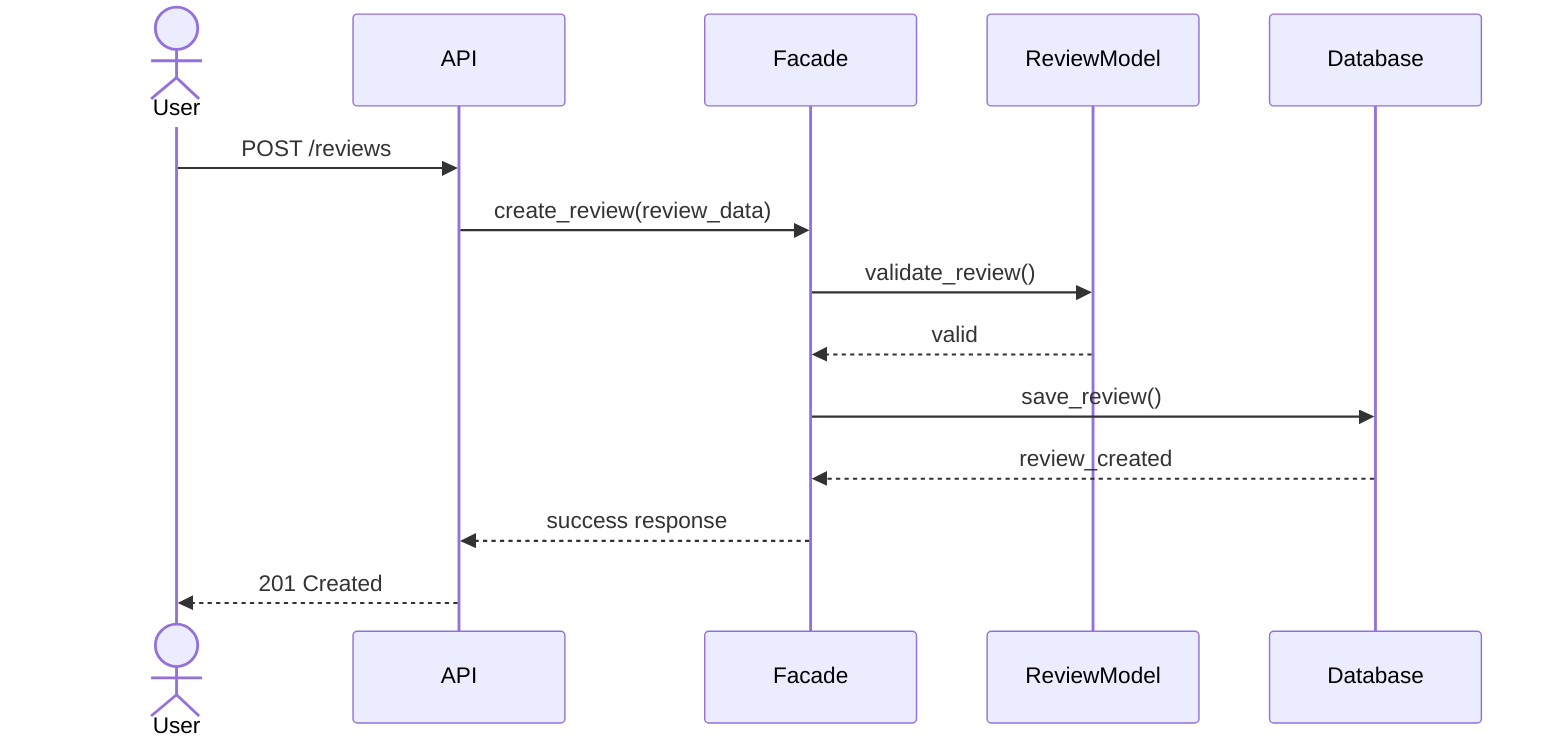
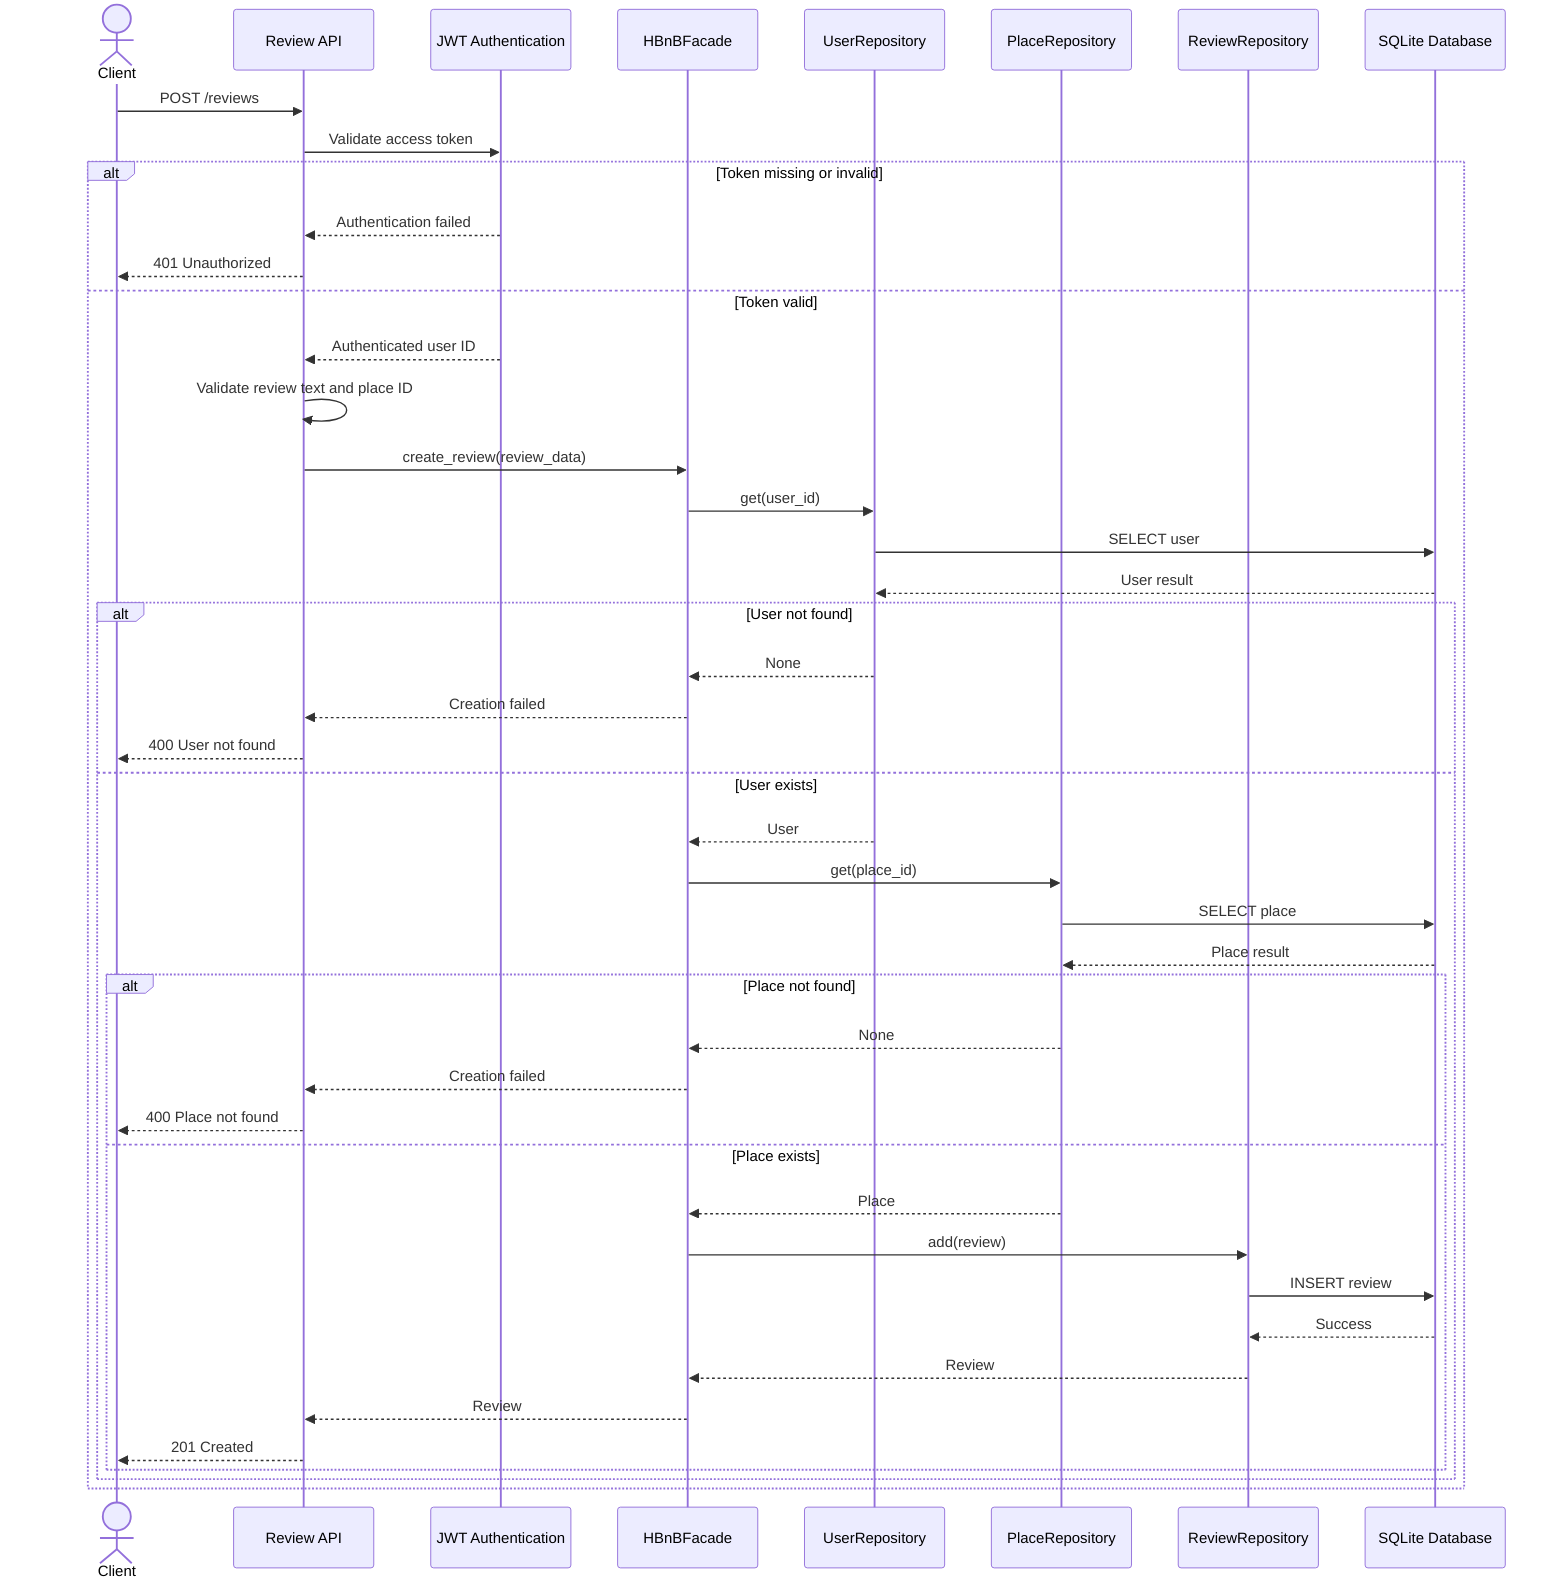
sequenceDiagram

- actor User
+     actor Client

- participant API
- participant Facade
- participant ReviewModel
- participant Database
+     participant API as Review API
+     participant JWT as JWT Authentication
+     participant Facade as HBnBFacade
+     participant UserRepo as UserRepository
+     participant PlaceRepo as PlaceRepository
+     participant ReviewRepo as ReviewRepository
+     participant DB as SQLite Database

- User->>API: POST /reviews
+     Client->>API: POST /reviews
+     API->>JWT: Validate access token

- API->>Facade: create_review(review_data)
+     alt Token missing or invalid
+         JWT-->>API: Authentication failed
+         API-->>Client: 401 Unauthorized

- Facade->>ReviewModel: validate_review()
+     else Token valid
+         JWT-->>API: Authenticated user ID

- ReviewModel-->>Facade: valid
+         API->>API: Validate review text and place ID
+         API->>Facade: create_review(review_data)

- Facade->>Database: save_review()
+         Facade->>UserRepo: get(user_id)
+         UserRepo->>DB: SELECT user
+         DB-->>UserRepo: User result

- Database-->>Facade: review_created
+         alt User not found
+             UserRepo-->>Facade: None
+             Facade-->>API: Creation failed
+             API-->>Client: 400 User not found

- Facade-->>API: success response
+         else User exists
+             UserRepo-->>Facade: User

- API-->>User: 201 Created
+             Facade->>PlaceRepo: get(place_id)
+             PlaceRepo->>DB: SELECT place
+             DB-->>PlaceRepo: Place result

+             alt Place not found
+                 PlaceRepo-->>Facade: None
+                 Facade-->>API: Creation failed
+                 API-->>Client: 400 Place not found
+ 
+             else Place exists
+                 PlaceRepo-->>Facade: Place
+ 
+                 Facade->>ReviewRepo: add(review)
+                 ReviewRepo->>DB: INSERT review
+                 DB-->>ReviewRepo: Success
+ 
+                 ReviewRepo-->>Facade: Review
+                 Facade-->>API: Review
+ 
+                 API-->>Client: 201 Created
+             end
+         end
+     end
